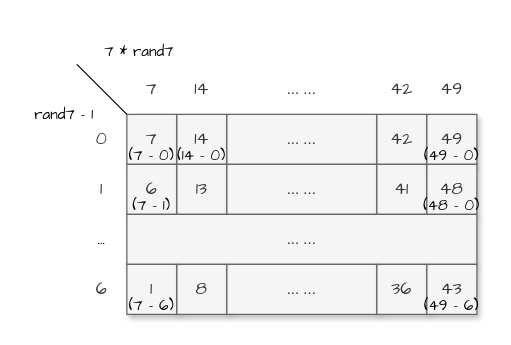
The draw.io diagram draw.io/用Rand7()实现Rand10().drawio in goldknife6/algorithm, before the edit. Source tidied: cells renumbered, new cells numbered last; positions are measured from the earlier drawing's top-left corner, leaving out a move shared by most shapes. Both pictures are drawn from the tidied source at 125%, with x=0, y=0 at pixel (26, 26).
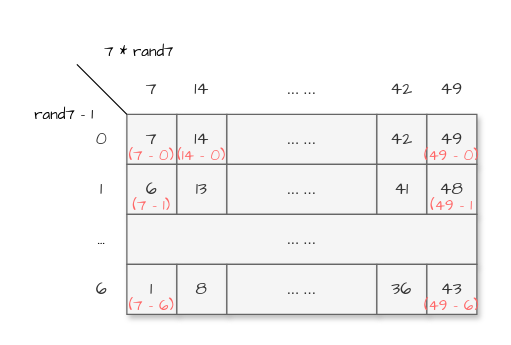
The same page after the edit.

Commit message (it also covers changes not shown here):
更新用Rand7()实现Rand10().drawio

What changed in the source:
```diff
@@
-    <mxCell id="30" value="&lt;div class=&quot;okr-block-clipboard&quot;&gt;&lt;/div&gt;&lt;div&gt;&lt;font style=&quot;font-size: 12px&quot;&gt;(7 - 0)&lt;/font&gt;&lt;/div&gt;" style="text;html=1;strokeColor=none;fillColor=none;align=center;verticalAlign=middle;whiteSpace=wrap;rounded=0;shadow=1;fontFamily=Comic Sans MS;fontSize=14;opacity=0;" parent="1" vertex="1">
+    <mxCell id="30" value="&lt;div class=&quot;okr-block-clipboard&quot;&gt;&lt;/div&gt;&lt;div&gt;&lt;font style=&quot;font-size: 12px&quot; color=&quot;#ff6666&quot;&gt;(7 - 0)&lt;/font&gt;&lt;/div&gt;" style="text;html=1;strokeColor=none;fillColor=none;align=center;verticalAlign=middle;whiteSpace=wrap;rounded=0;shadow=1;fontFamily=Comic Sans MS;fontSize=14;opacity=0;" parent="1" vertex="1">
       <mxGeometry x="80" y="95" width="40" height="15" as="geometry" />
     </mxCell>
-    <mxCell id="31" value="&lt;div class=&quot;okr-block-clipboard&quot;&gt;&lt;/div&gt;&lt;div&gt;&lt;font style=&quot;font-size: 12px&quot;&gt;(14 - 0)&lt;/font&gt;&lt;/div&gt;" style="text;html=1;strokeColor=none;fillColor=none;align=center;verticalAlign=middle;whiteSpace=wrap;rounded=0;shadow=1;fontFamily=Comic Sans MS;fontSize=14;opacity=0;" parent="1" vertex="1">
+    <mxCell id="31" value="&lt;div class=&quot;okr-block-clipboard&quot;&gt;&lt;/div&gt;&lt;div&gt;&lt;font style=&quot;font-size: 12px&quot; color=&quot;#ff6666&quot;&gt;(14 - 0)&lt;/font&gt;&lt;/div&gt;" style="text;html=1;strokeColor=none;fillColor=none;align=center;verticalAlign=middle;whiteSpace=wrap;rounded=0;shadow=1;fontFamily=Comic Sans MS;fontSize=14;opacity=0;" parent="1" vertex="1">
       <mxGeometry x="115" y="95" width="50" height="15" as="geometry" />
     </mxCell>
-    <mxCell id="32" value="&lt;div class=&quot;okr-block-clipboard&quot;&gt;&lt;/div&gt;&lt;div&gt;&lt;font style=&quot;font-size: 12px&quot;&gt;(7 - 1)&lt;/font&gt;&lt;/div&gt;" style="text;html=1;strokeColor=none;fillColor=none;align=center;verticalAlign=middle;whiteSpace=wrap;rounded=0;shadow=1;fontFamily=Comic Sans MS;fontSize=14;opacity=0;" parent="1" vertex="1">
+    <mxCell id="32" value="&lt;div class=&quot;okr-block-clipboard&quot;&gt;&lt;/div&gt;&lt;div&gt;&lt;font style=&quot;font-size: 12px&quot; color=&quot;#ff6666&quot;&gt;(7 - 1)&lt;/font&gt;&lt;/div&gt;" style="text;html=1;strokeColor=none;fillColor=none;align=center;verticalAlign=middle;whiteSpace=wrap;rounded=0;shadow=1;fontFamily=Comic Sans MS;fontSize=14;opacity=0;" parent="1" vertex="1">
       <mxGeometry x="80" y="135" width="40" height="15" as="geometry" />
     </mxCell>
-    <mxCell id="33" value="&lt;div class=&quot;okr-block-clipboard&quot;&gt;&lt;/div&gt;&lt;div&gt;&lt;font style=&quot;font-size: 12px&quot;&gt;(7 - 6)&lt;/font&gt;&lt;/div&gt;" style="text;html=1;strokeColor=none;fillColor=none;align=center;verticalAlign=middle;whiteSpace=wrap;rounded=0;shadow=1;fontFamily=Comic Sans MS;fontSize=14;opacity=0;" parent="1" vertex="1">
+    <mxCell id="33" value="&lt;div class=&quot;okr-block-clipboard&quot;&gt;&lt;/div&gt;&lt;div&gt;&lt;font style=&quot;font-size: 12px&quot; color=&quot;#ff6666&quot;&gt;(7 - 6)&lt;/font&gt;&lt;/div&gt;" style="text;html=1;strokeColor=none;fillColor=none;align=center;verticalAlign=middle;whiteSpace=wrap;rounded=0;shadow=1;fontFamily=Comic Sans MS;fontSize=14;opacity=0;" parent="1" vertex="1">
       <mxGeometry x="80" y="215" width="40" height="15" as="geometry" />
     </mxCell>
-    <mxCell id="34" value="&lt;div class=&quot;okr-block-clipboard&quot;&gt;&lt;/div&gt;&lt;div&gt;&lt;font style=&quot;font-size: 12px&quot;&gt;(49 - 6)&lt;/font&gt;&lt;/div&gt;" style="text;html=1;strokeColor=none;fillColor=none;align=center;verticalAlign=middle;whiteSpace=wrap;rounded=0;shadow=1;fontFamily=Comic Sans MS;fontSize=14;opacity=0;" parent="1" vertex="1">
+    <mxCell id="34" value="&lt;div class=&quot;okr-block-clipboard&quot;&gt;&lt;/div&gt;&lt;div&gt;&lt;font style=&quot;font-size: 12px&quot; color=&quot;#ff6666&quot;&gt;(49 - 6)&lt;/font&gt;&lt;/div&gt;" style="text;html=1;strokeColor=none;fillColor=none;align=center;verticalAlign=middle;whiteSpace=wrap;rounded=0;shadow=1;fontFamily=Comic Sans MS;fontSize=14;opacity=0;" parent="1" vertex="1">
       <mxGeometry x="315" y="215" width="50" height="15" as="geometry" />
     </mxCell>
-    <mxCell id="35" value="&lt;div class=&quot;okr-block-clipboard&quot;&gt;&lt;/div&gt;&lt;div&gt;&lt;font style=&quot;font-size: 12px&quot;&gt;(49 - 0)&lt;/font&gt;&lt;/div&gt;" style="text;html=1;strokeColor=none;fillColor=none;align=center;verticalAlign=middle;whiteSpace=wrap;rounded=0;shadow=1;fontFamily=Comic Sans MS;fontSize=14;opacity=0;" parent="1" vertex="1">
+    <mxCell id="35" value="&lt;div class=&quot;okr-block-clipboard&quot;&gt;&lt;/div&gt;&lt;div&gt;&lt;font style=&quot;font-size: 12px&quot; color=&quot;#ff6666&quot;&gt;(49 - 0)&lt;/font&gt;&lt;/div&gt;" style="text;html=1;strokeColor=none;fillColor=none;align=center;verticalAlign=middle;whiteSpace=wrap;rounded=0;shadow=1;fontFamily=Comic Sans MS;fontSize=14;opacity=0;" parent="1" vertex="1">
       <mxGeometry x="315" y="95" width="50" height="15" as="geometry" />
     </mxCell>
-    <mxCell id="36" value="&lt;div class=&quot;okr-block-clipboard&quot;&gt;&lt;/div&gt;&lt;div&gt;&lt;font style=&quot;font-size: 12px&quot;&gt;(48 - 0)&lt;/font&gt;&lt;/div&gt;" style="text;html=1;strokeColor=none;fillColor=none;align=center;verticalAlign=middle;whiteSpace=wrap;rounded=0;shadow=1;fontFamily=Comic Sans MS;fontSize=14;opacity=0;" parent="1" vertex="1">
+    <mxCell id="36" value="&lt;div class=&quot;okr-block-clipboard&quot;&gt;&lt;/div&gt;&lt;div&gt;&lt;font style=&quot;font-size: 12px&quot; color=&quot;#ff6666&quot;&gt;(49 - 1&lt;/font&gt;&lt;/div&gt;" style="text;html=1;strokeColor=none;fillColor=none;align=center;verticalAlign=middle;whiteSpace=wrap;rounded=0;shadow=1;fontFamily=Comic Sans MS;fontSize=14;opacity=0;" parent="1" vertex="1">
       <mxGeometry x="315" y="135" width="50" height="15" as="geometry" />
     </mxCell>
```
